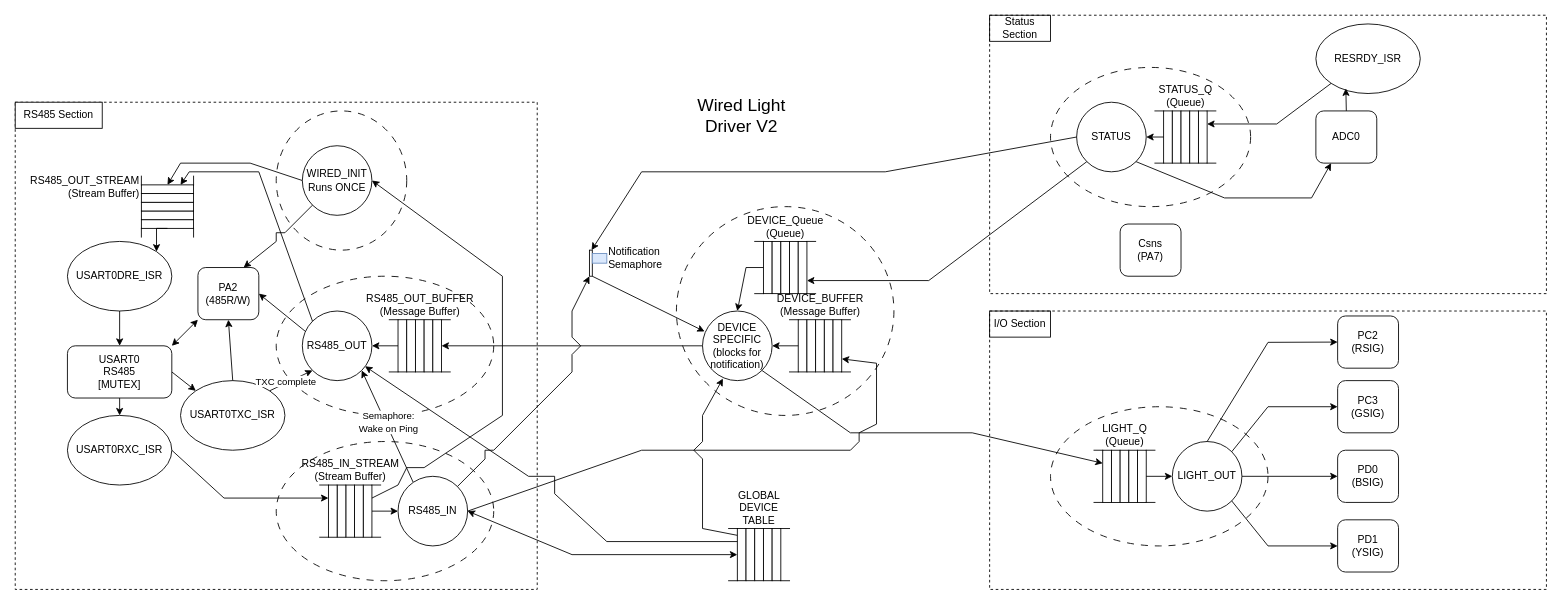
Before: Production Software/Task Diagrams/WLD RTOS v2.drawio in lcq309/ENEL400, a draw.io diagram. Source tidied: cells renumbered, new cells numbered last; positions are measured from the earlier drawing's top-left corner, leaving out a move shared by most shapes. Both pictures are drawn from the tidied source at 87%, with x=0, y=0 at pixel (15, 15).
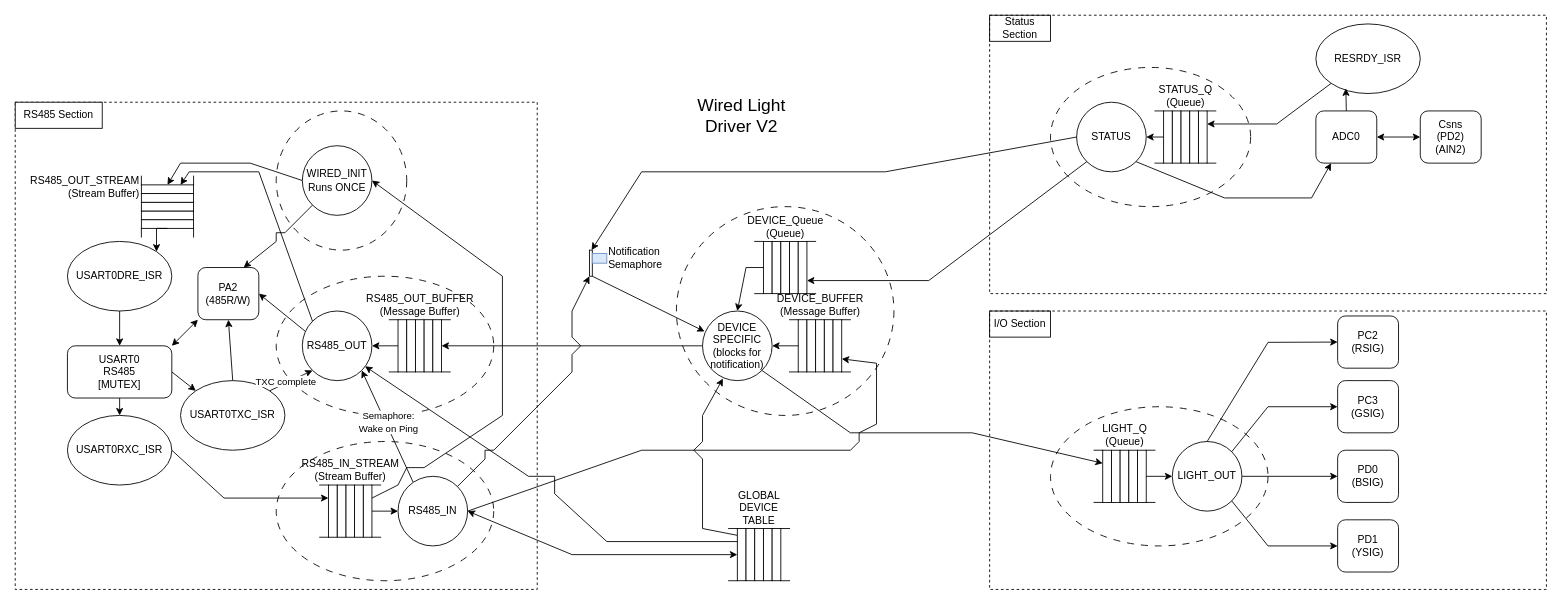
The same page after the edit.

Unchanged cells that the change refers to:
```xml
<mxCell id="125" value="&lt;div&gt;ADC0&lt;/div&gt;" style="rounded=1;whiteSpace=wrap;html=1;" parent="1" vertex="1">
  <mxGeometry x="1495" y="110" width="70" height="60" as="geometry" />
</mxCell>
```

The edit, as a diff of the source:
```diff
@@
-    <mxCell id="139" value="&lt;div&gt;Csns&lt;/div&gt;&lt;div&gt;(PA7)&lt;/div&gt;" style="rounded=1;whiteSpace=wrap;html=1;" parent="1" vertex="1">
-      <mxGeometry x="1270" y="240" width="70" height="60" as="geometry" />
+    <mxCell id="139" value="&lt;div&gt;Csns&lt;/div&gt;&lt;div&gt;(PD2)&lt;/div&gt;&lt;div&gt;(AIN2)&lt;/div&gt;" style="rounded=1;whiteSpace=wrap;html=1;" parent="1" vertex="1">
+      <mxGeometry x="1615" y="110" width="70" height="60" as="geometry" />
     </mxCell>
@@
+    <mxCell id="141" style="endArrow=classic;startArrow=classic;html=1;rounded=0;entryX=1;entryY=0.5;entryDx=0;entryDy=0;exitX=0;exitY=0.5;exitDx=0;exitDy=0;" parent="1" edge="1" source="139" target="125">
+      <mxGeometry relative="1" as="geometry" />
+    </mxCell>
```
